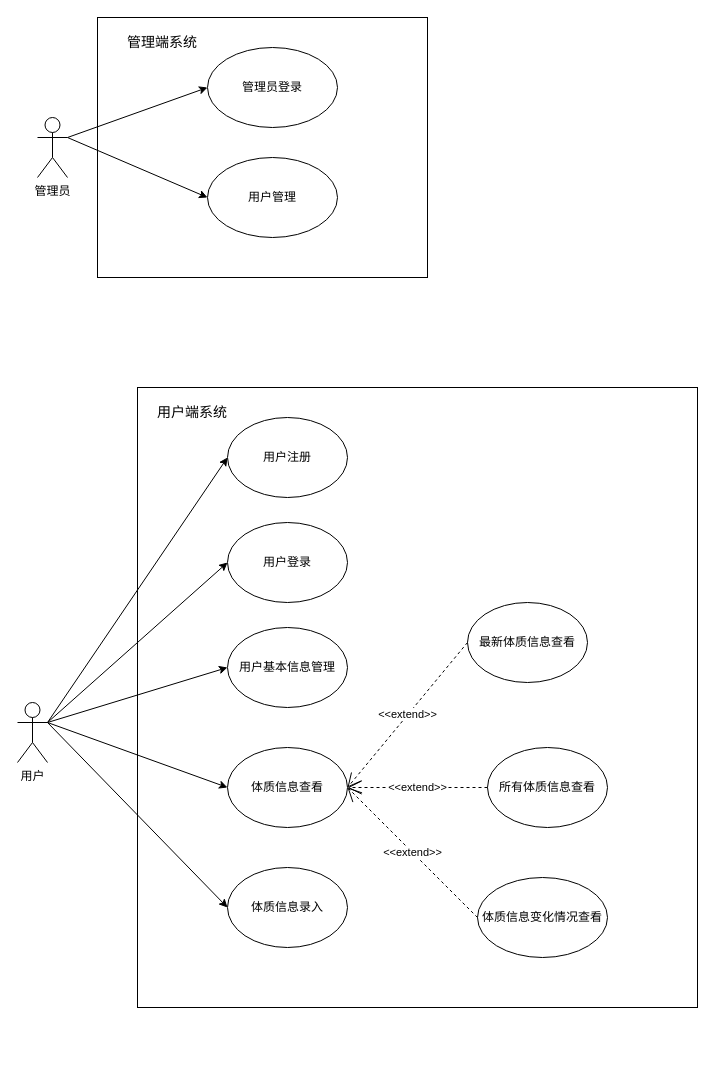
This is 用例图.drawio from Alkaidar/draw, a draw.io file, before an edit. Source tidied: cells renumbered, new cells numbered last; positions are measured from the earlier drawing's top-left corner, leaving out a move shared by most shapes. Both pictures are drawn from the tidied source at 100%, with x=0, y=0 at pixel (17, 17).
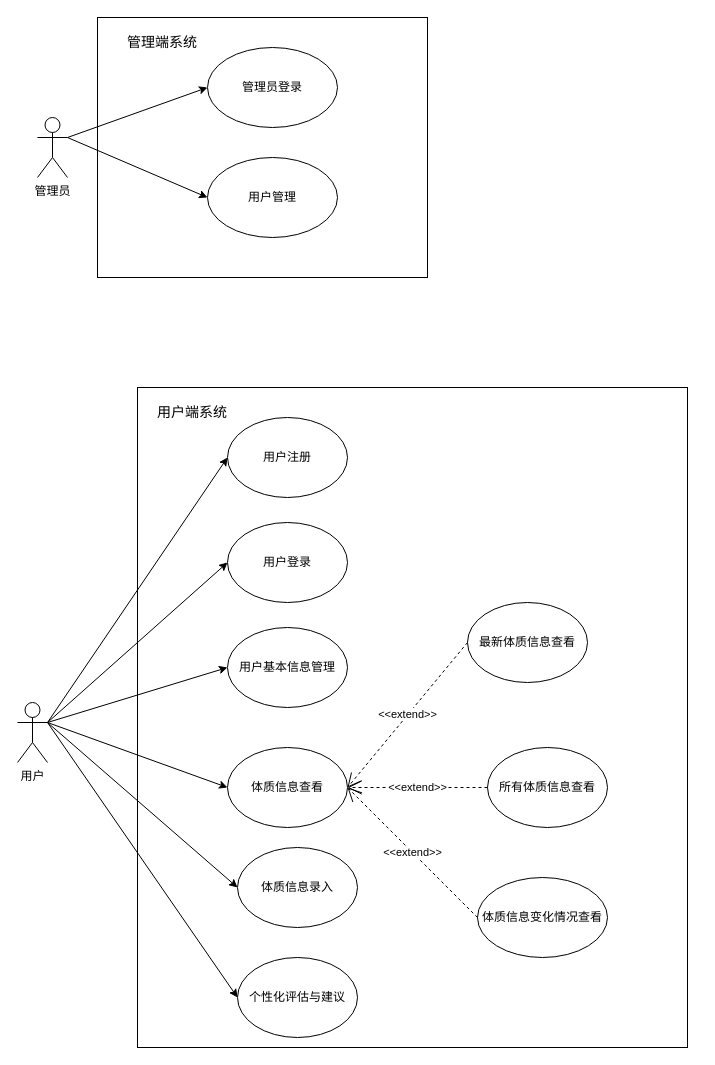
After the change.

Commit message:
更新用例图.drawio

Unchanged cells that the change refers to:
```xml
<mxCell id="19" value="用户" style="shape=umlActor;verticalLabelPosition=bottom;verticalAlign=top;html=1;outlineConnect=0;" parent="1" vertex="1">
  <mxGeometry y="685" width="30" height="60" as="geometry" />
</mxCell>
```

Diff of the diagram source:
```diff
@@
     <mxCell id="9" style="rounded=0;whiteSpace=wrap;html=1;" parent="1" vertex="1">
-      <mxGeometry x="120" y="370" width="560" height="620" as="geometry" />
+      <mxGeometry x="120" y="370" width="550" height="660" as="geometry" />
     </mxCell>
@@
     <mxCell id="14" value="体质信息录入" style="ellipse;whiteSpace=wrap;html=1;" parent="1" vertex="1">
-      <mxGeometry x="210" y="850" width="120" height="80" as="geometry" />
+      <mxGeometry x="220" y="830" width="120" height="80" as="geometry" />
     </mxCell>
@@
+    <mxCell id="28" value="个性化评估与建议" style="ellipse;whiteSpace=wrap;html=1;" parent="1" vertex="1">
+      <mxGeometry x="220" y="940" width="120" height="80" as="geometry" />
+    </mxCell>
+    <mxCell id="29" style="endArrow=classic;html=1;rounded=0;exitX=1;exitY=0.3333333333333333;exitDx=0;exitDy=0;exitPerimeter=0;entryX=0;entryY=0.5;entryDx=0;entryDy=0;" parent="1" edge="1" source="19" target="28">
+      <mxGeometry relative="1" as="geometry" />
+    </mxCell>
```
